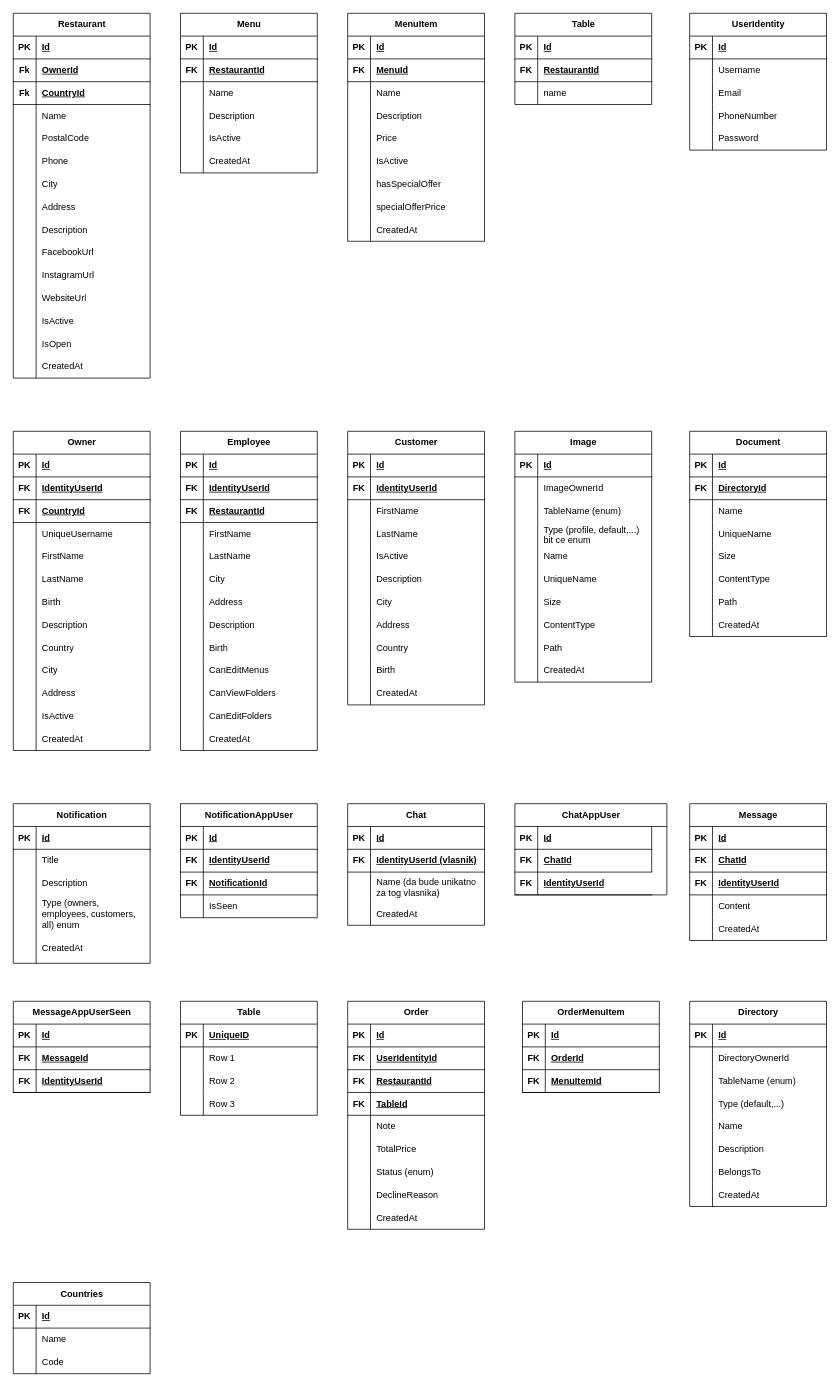
This is documentation/database.drawio from zuna21/NoshNexus, a draw.io file, before an edit. Source tidied: cells renumbered, new cells numbered last; positions are measured from the earlier drawing's top-left corner, leaving out a move shared by most shapes. Both pictures are drawn from the tidied source at 76%, with x=0, y=0 at pixel (13, 13).
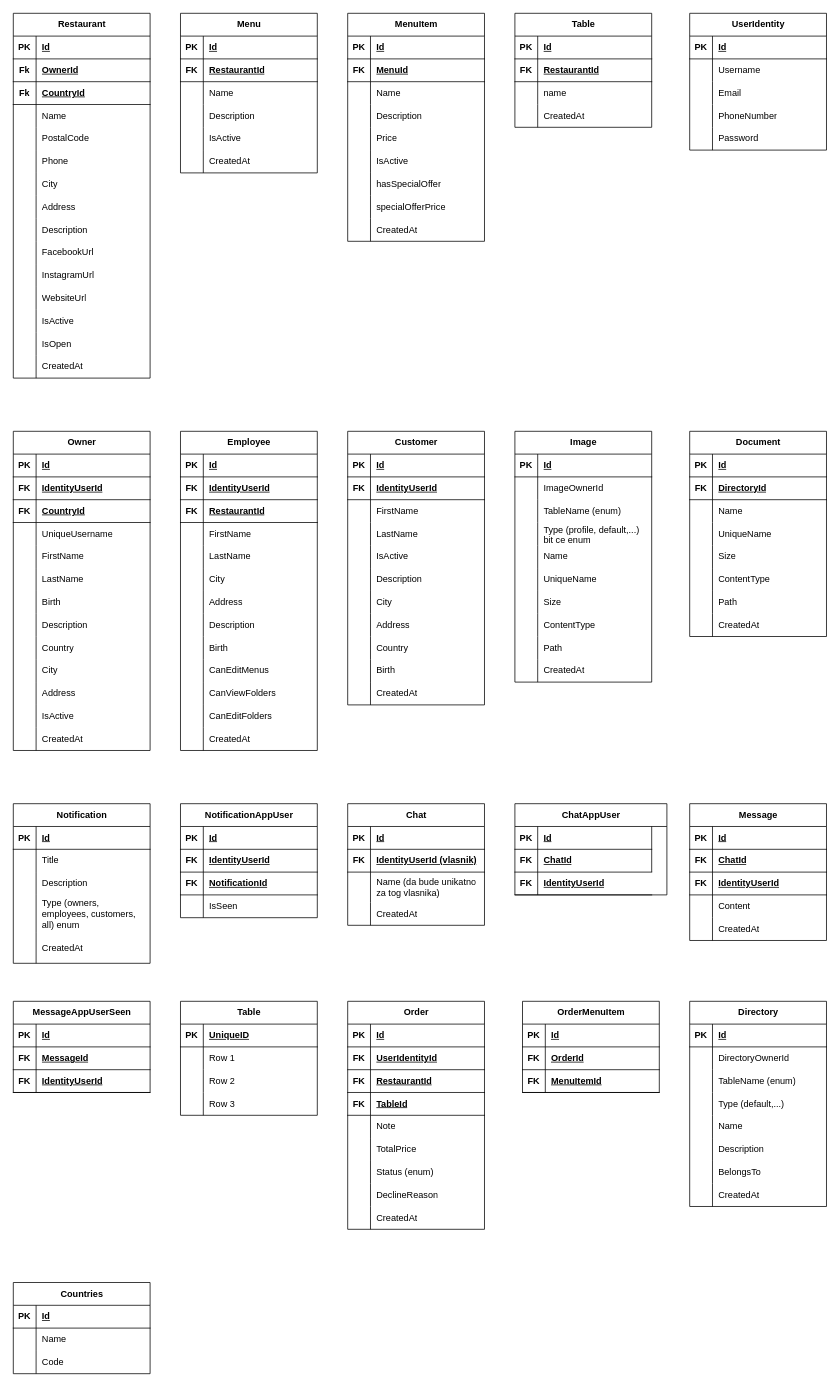
The same page after the edit.

The edit, as a diff of the source:
```diff
@@
     <mxCell id="95" value="Table" style="shape=table;startSize=30;childLayout=tableLayout;rowLines=0;fontStyle=1;align=center;html=1;" parent="1" vertex="1">
-      <mxGeometry x="660" width="180" height="120" as="geometry" />
+      <mxGeometry x="660" width="180" height="150" as="geometry" />
     </mxCell>
@@
+    <mxCell id="458" style="shape=tableRow;horizontal=0;startSize=0;swimlaneHead=0;swimlaneBody=0;fillColor=none;top=0;left=0;right=0;bottom=0;" parent="95" vertex="1">
+      <mxGeometry y="120" width="180" height="30" as="geometry" />
+    </mxCell>
+    <mxCell id="459" style="shape=partialRectangle;fillColor=none;top=0;left=0;bottom=0;right=0;overflow=hidden;whiteSpace=wrap;html=1;" parent="458" vertex="1">
+      <mxGeometry width="30" height="30" as="geometry" />
+    </mxCell>
+    <mxCell id="460" value="CreatedAt" style="shape=partialRectangle;fillColor=none;top=0;left=0;bottom=0;right=0;align=left;spacingLeft=6;overflow=hidden;whiteSpace=wrap;html=1;" parent="458" vertex="1">
+      <mxGeometry x="30" width="150" height="30" as="geometry" />
+    </mxCell>
```
